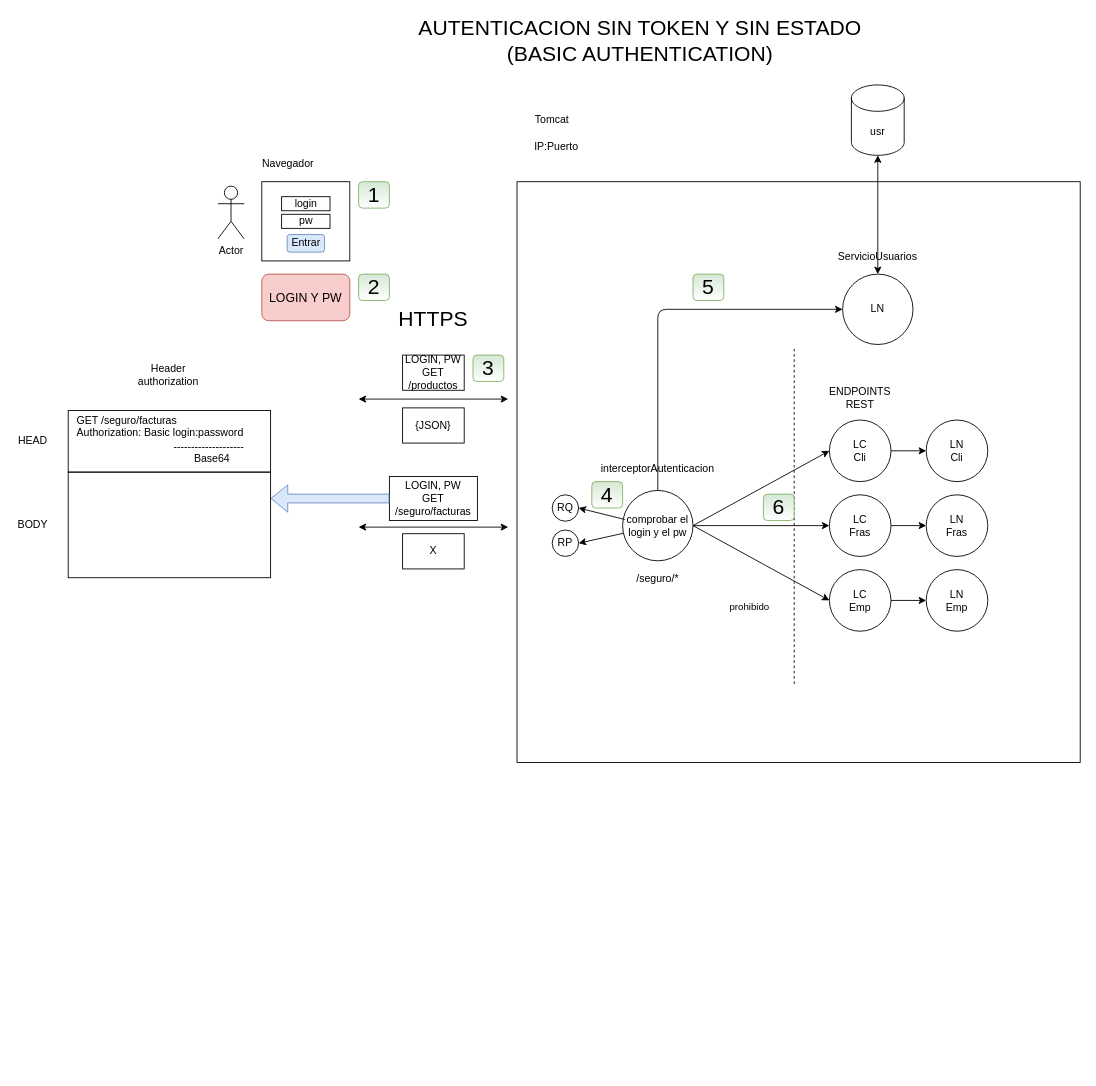
The draw.io diagram page "Página-3" (5 of 25) of seguridad.drawio in lrag/seguridad_java, before the edit. Source tidied: cells renumbered, new cells numbered last; positions are measured from the earlier drawing's top-left corner, leaving out a move shared by most shapes. Both pictures are drawn from the tidied source at 88%, with x=0, y=0 at pixel (15, 32).
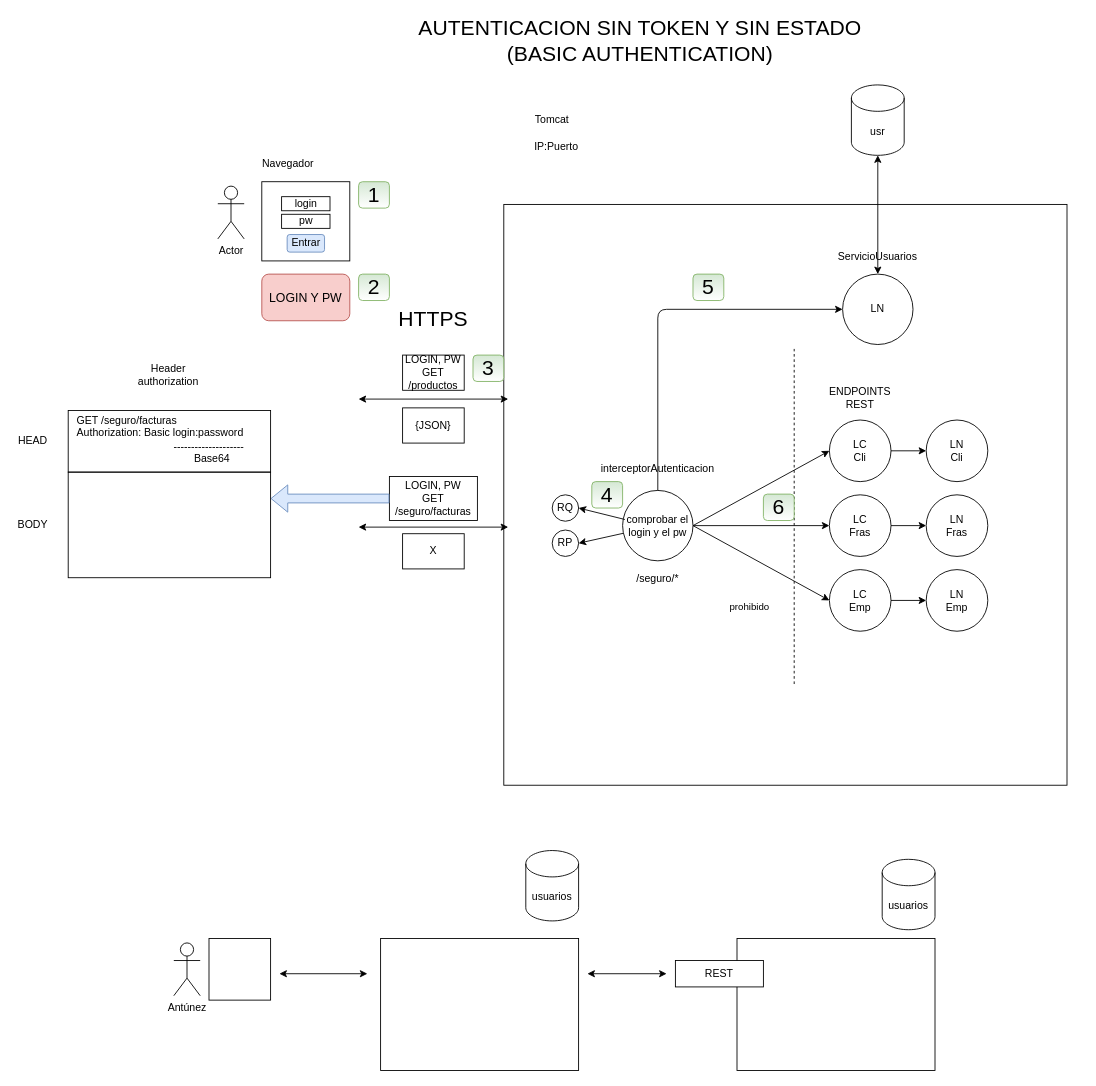
Above is the later version.

The edit, as a diff of the source:
```diff
@@
     <mxCell id="3" style="rounded=0;whiteSpace=wrap;html=1;fillColor=none;" parent="1" vertex="1">
-      <mxGeometry x="570" y="170" width="640" height="660" as="geometry" />
+      <mxGeometry x="555" y="195.8" width="640" height="660" as="geometry" />
     </mxCell>
@@
+    <mxCell id="60" style="rounded=0;whiteSpace=wrap;html=1;" parent="1" vertex="1">
+      <mxGeometry x="415" y="1030" width="225" height="150" as="geometry" />
+    </mxCell>
+    <mxCell id="61" style="rounded=0;whiteSpace=wrap;html=1;" parent="1" vertex="1">
+      <mxGeometry x="820" y="1030" width="225" height="150" as="geometry" />
+    </mxCell>
+    <mxCell id="62" style="rounded=0;whiteSpace=wrap;html=1;" parent="1" vertex="1">
+      <mxGeometry x="220" y="1030" width="70" height="70" as="geometry" />
+    </mxCell>
+    <mxCell id="63" style="endArrow=classic;startArrow=classic;html=1;rounded=1;" parent="1" edge="1">
+      <mxGeometry relative="1" as="geometry">
+        <mxPoint x="300" y="1070" as="sourcePoint" />
+        <mxPoint x="400" y="1070" as="targetPoint" />
+      </mxGeometry>
+    </mxCell>
+    <mxCell id="64" value="Antúnez" style="shape=umlActor;verticalLabelPosition=bottom;verticalAlign=top;html=1;" parent="1" vertex="1">
+      <mxGeometry x="180" y="1035" width="30" height="60" as="geometry" />
+    </mxCell>
+    <mxCell id="65" value="usuarios" style="shape=cylinder3;whiteSpace=wrap;html=1;boundedLbl=1;backgroundOutline=1;size=15;" parent="1" vertex="1">
+      <mxGeometry x="580" y="930" width="60" height="80" as="geometry" />
+    </mxCell>
+    <mxCell id="66" value="REST" style="rounded=0;whiteSpace=wrap;html=1;" parent="1" vertex="1">
+      <mxGeometry x="750" y="1055" width="100" height="30" as="geometry" />
+    </mxCell>
+    <mxCell id="67" style="endArrow=classic;startArrow=classic;html=1;rounded=1;" parent="1" edge="1">
+      <mxGeometry relative="1" as="geometry">
+        <mxPoint x="650" y="1070" as="sourcePoint" />
+        <mxPoint x="740" y="1070" as="targetPoint" />
+      </mxGeometry>
+    </mxCell>
+    <mxCell id="68" value="usuarios" style="shape=cylinder3;whiteSpace=wrap;html=1;boundedLbl=1;backgroundOutline=1;size=15;" parent="1" vertex="1">
+      <mxGeometry x="985" y="940" width="60" height="80" as="geometry" />
+    </mxCell>
```
